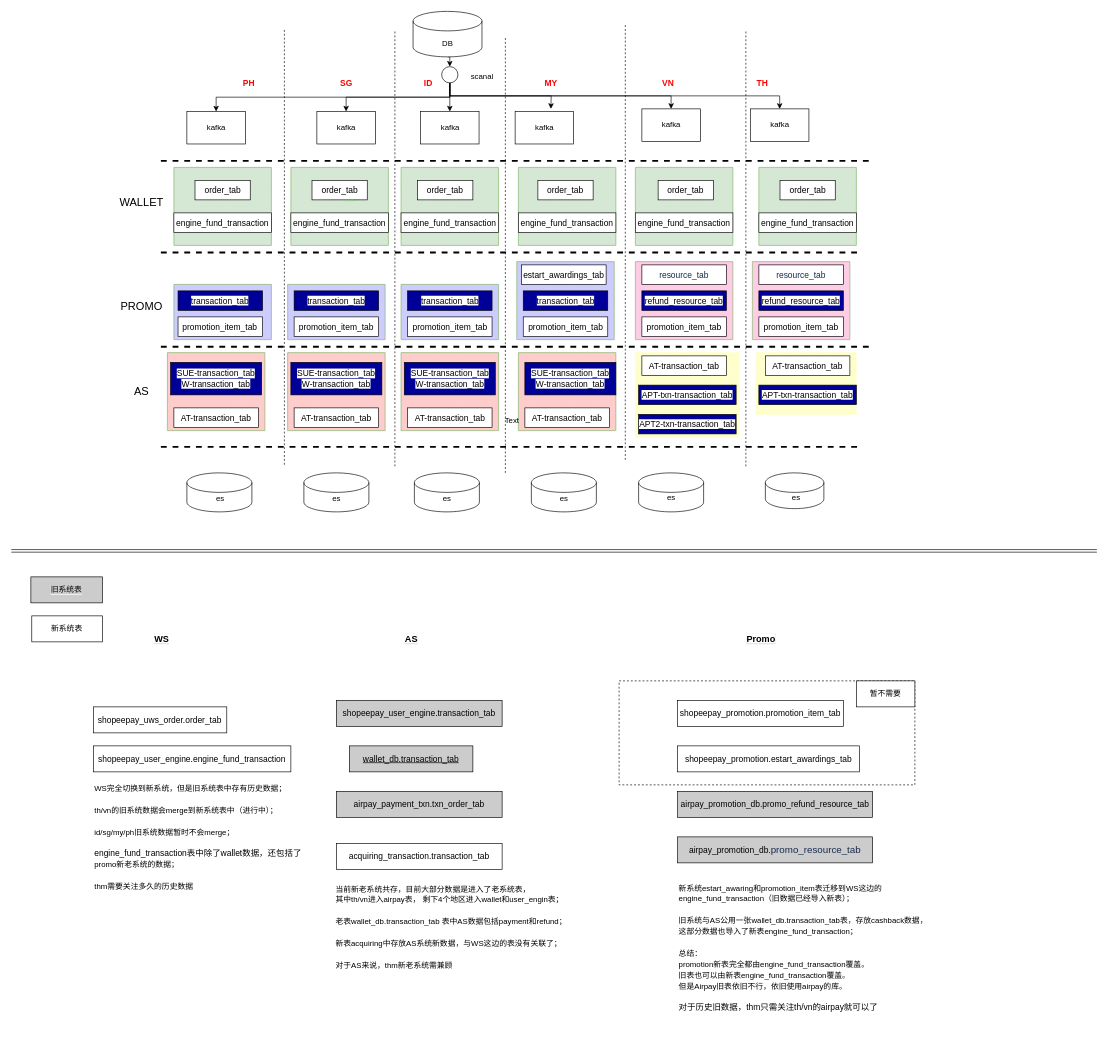
Earlier version of the draw.io diagram Untitled Diagram.drawio (LadyTao/learn). Source tidied: cells renumbered, new cells numbered last; positions are measured from the earlier drawing's top-left corner, leaving out a move shared by most shapes. Both pictures are drawn from the tidied source at 65%, with x=0, y=0 at pixel (11, 11).
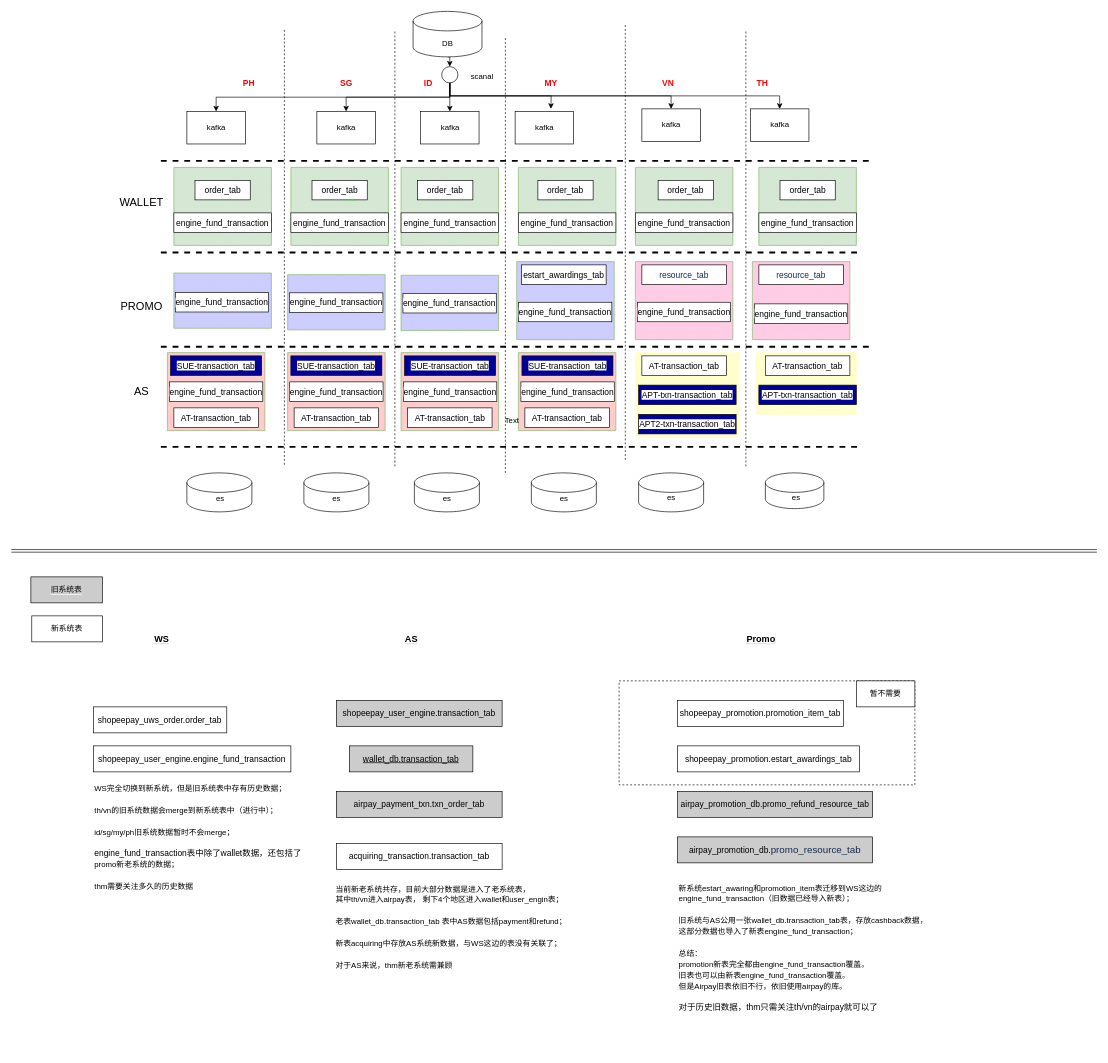
The same page after the edit.

Change to the diagram source:
```diff
@@
     <mxCell id="12" style="verticalLabelPosition=bottom;verticalAlign=top;html=1;shape=mxgraph.basic.patternFillRect;fillStyle=diag;step=5;fillStrokeWidth=0.2;fillStrokeColor=#dddddd;fontFamily=Helvetica;fontSize=17;fillColor=#CCCCFF;strokeColor=#82b366;" parent="1" vertex="1">
-      <mxGeometry x="599.5" y="420" width="150" height="85" as="geometry" />
+      <mxGeometry x="599.5" y="406" width="150" height="85" as="geometry" />
     </mxCell>
     <mxCell id="13" style="verticalLabelPosition=bottom;verticalAlign=top;html=1;shape=mxgraph.basic.patternFillRect;fillStyle=diag;step=5;fillStrokeWidth=0.2;fillStrokeColor=#dddddd;fontFamily=Helvetica;fontSize=17;fillColor=#CCCCFF;strokeColor=#82b366;" parent="1" vertex="1">
-      <mxGeometry x="425" y="420" width="150" height="85" as="geometry" />
+      <mxGeometry x="425" y="405" width="150" height="85" as="geometry" />
     </mxCell>
     <mxCell id="14" style="verticalLabelPosition=bottom;verticalAlign=top;html=1;shape=mxgraph.basic.patternFillRect;fillStyle=diag;step=5;fillStrokeWidth=0.2;fillStrokeColor=#dddddd;fontFamily=Helvetica;fontSize=17;fillColor=#CCCCFF;strokeColor=#82b366;" parent="1" vertex="1">
-      <mxGeometry x="250" y="420" width="150" height="85" as="geometry" />
+      <mxGeometry x="250" y="402.5" width="150" height="85" as="geometry" />
     </mxCell>
@@
-    <mxCell id="96" value="&lt;span style=&quot;font-family: Arial; font-size: 13px; text-align: left; background-color: rgb(255, 255, 255);&quot;&gt;refund_resource_tab&lt;/span&gt;" style="rounded=0;whiteSpace=wrap;html=1;fontFamily=Helvetica;fontSize=17;fontColor=#000000;fillColor=#000099;" parent="1" vertex="1">
-      <mxGeometry x="970" y="430" width="130" height="30" as="geometry" />
-    </mxCell>
@@
-    <mxCell id="98" value="&lt;span style=&quot;font-family: Arial; font-size: 13px; text-align: left; background-color: rgb(255, 255, 255);&quot;&gt;refund_resource_tab&lt;/span&gt;" style="rounded=0;whiteSpace=wrap;html=1;fontFamily=Helvetica;fontSize=17;fontColor=#000000;fillColor=#000099;" parent="1" vertex="1">
-      <mxGeometry x="1150" y="430" width="130" height="30" as="geometry" />
-    </mxCell>
-    <mxCell id="99" value="&lt;span style=&quot;font-family: Arial; font-size: 13px; text-align: left; background-color: rgb(255, 255, 255);&quot;&gt;transaction_tab&lt;/span&gt;" style="rounded=0;whiteSpace=wrap;html=1;fontFamily=Helvetica;fontSize=17;fontColor=#000000;fillColor=#000099;" parent="1" vertex="1">
-      <mxGeometry x="256.4" y="430" width="130" height="30" as="geometry" />
-    </mxCell>
-    <mxCell id="100" value="&lt;span style=&quot;font-family: Arial; font-size: 13px; text-align: left; background-color: rgb(255, 255, 255);&quot;&gt;transaction_tab&lt;/span&gt;" style="rounded=0;whiteSpace=wrap;html=1;fontFamily=Helvetica;fontSize=17;fontColor=#000000;fillColor=#000099;" parent="1" vertex="1">
-      <mxGeometry x="609.5" y="430" width="130" height="30" as="geometry" />
-    </mxCell>
-    <mxCell id="101" value="&lt;span style=&quot;font-family: Arial; font-size: 13px; text-align: left; background-color: rgb(255, 255, 255);&quot;&gt;transaction_tab&lt;/span&gt;" style="rounded=0;whiteSpace=wrap;html=1;fontFamily=Helvetica;fontSize=17;fontColor=#000000;fillColor=#000099;" parent="1" vertex="1">
-      <mxGeometry x="435" y="430" width="130" height="30" as="geometry" />
-    </mxCell>
-    <mxCell id="102" value="&lt;span style=&quot;font-family: Arial; font-size: 13px; text-align: left; background-color: rgb(255, 255, 255);&quot;&gt;transaction_tab&lt;/span&gt;" style="rounded=0;whiteSpace=wrap;html=1;fontFamily=Helvetica;fontSize=17;fontColor=#000000;fillColor=#000099;" parent="1" vertex="1">
-      <mxGeometry x="787.5" y="430" width="130" height="30" as="geometry" />
-    </mxCell>
-    <mxCell id="103" value="&lt;span style=&quot;font-family: Arial; font-size: 13px; text-align: left; background-color: rgb(255, 255, 255);&quot;&gt;promotion_item_tab&lt;/span&gt;" style="rounded=0;whiteSpace=wrap;html=1;fontFamily=Helvetica;fontSize=17;fontColor=#000000;" parent="1" vertex="1">
-      <mxGeometry x="787.5" y="470" width="130" height="30" as="geometry" />
-    </mxCell>
-    <mxCell id="104" value="&lt;span style=&quot;font-family: Arial; font-size: 13px; text-align: left; background-color: rgb(255, 255, 255);&quot;&gt;promotion_item_tab&lt;/span&gt;" style="rounded=0;whiteSpace=wrap;html=1;fontFamily=Helvetica;fontSize=17;fontColor=#000000;fillColor=#FFFFFF;" parent="1" vertex="1">
-      <mxGeometry x="970" y="470" width="130" height="30" as="geometry" />
-    </mxCell>
-    <mxCell id="105" value="&lt;span style=&quot;font-family: Arial; font-size: 13px; text-align: left; background-color: rgb(255, 255, 255);&quot;&gt;promotion_item_tab&lt;/span&gt;" style="rounded=0;whiteSpace=wrap;html=1;fontFamily=Helvetica;fontSize=17;fontColor=#000000;fillColor=#FFFFFF;" parent="1" vertex="1">
-      <mxGeometry x="1150" y="470" width="130" height="30" as="geometry" />
-    </mxCell>
-    <mxCell id="106" value="&lt;span style=&quot;font-family: Arial; font-size: 13px; text-align: left; background-color: rgb(255, 255, 255);&quot;&gt;promotion_item_tab&lt;/span&gt;" style="rounded=0;whiteSpace=wrap;html=1;fontFamily=Helvetica;fontSize=17;fontColor=#000000;" parent="1" vertex="1">
-      <mxGeometry x="609.5" y="470" width="130" height="30" as="geometry" />
-    </mxCell>
-    <mxCell id="107" value="&lt;span style=&quot;font-family: Arial; font-size: 13px; text-align: left; background-color: rgb(255, 255, 255);&quot;&gt;promotion_item_tab&lt;/span&gt;" style="rounded=0;whiteSpace=wrap;html=1;fontFamily=Helvetica;fontSize=17;fontColor=#000000;" parent="1" vertex="1">
-      <mxGeometry x="435" y="470" width="130" height="30" as="geometry" />
-    </mxCell>
-    <mxCell id="108" value="&lt;span style=&quot;font-family: Arial; font-size: 13px; text-align: left; background-color: rgb(255, 255, 255);&quot;&gt;promotion_item_tab&lt;/span&gt;" style="rounded=0;whiteSpace=wrap;html=1;fontFamily=Helvetica;fontSize=17;fontColor=#000000;" parent="1" vertex="1">
-      <mxGeometry x="256.4" y="470" width="130" height="30" as="geometry" />
+    <mxCell id="108" value="&lt;span style=&quot;font-family: Arial; font-size: 13px; text-align: left; background-color: rgb(255, 255, 255);&quot;&gt;engine_fund_transaction&lt;/span&gt;" style="rounded=0;whiteSpace=wrap;html=1;fontFamily=Helvetica;fontSize=17;fontColor=#000000;" parent="1" vertex="1">
+      <mxGeometry x="252.2" y="432.5" width="143.6" height="30" as="geometry" />
     </mxCell>
@@
-    <mxCell id="124" value="&lt;span style=&quot;font-family: Arial; font-size: 13px; text-align: left; background-color: rgb(255, 255, 255);&quot;&gt;SUE-transaction_tab&lt;br&gt;&lt;/span&gt;&lt;span style=&quot;font-family: Arial; font-size: 13px; text-align: left; background-color: rgb(255, 255, 255);&quot;&gt;W-transaction_tab&lt;/span&gt;" style="rounded=0;whiteSpace=wrap;html=1;fillColor=#000099;" parent="1" vertex="1">
-      <mxGeometry x="245" y="540" width="140" height="50" as="geometry" />
-    </mxCell>
@@
-    <mxCell id="126" value="&lt;span style=&quot;font-family: Arial; font-size: 13px; text-align: left; background-color: rgb(255, 255, 255);&quot;&gt;SUE-transaction_tab&lt;br&gt;&lt;/span&gt;&lt;span style=&quot;font-family: Arial; font-size: 13px; text-align: left; background-color: rgb(255, 255, 255);&quot;&gt;W-transaction_tab&lt;/span&gt;" style="rounded=0;whiteSpace=wrap;html=1;fillColor=#000099;" parent="1" vertex="1">
-      <mxGeometry x="430" y="540" width="140" height="50" as="geometry" />
-    </mxCell>
-    <mxCell id="127" value="&lt;span style=&quot;font-family: Arial; font-size: 13px; text-align: left; background-color: rgb(255, 255, 255);&quot;&gt;SUE-transaction_tab&lt;br&gt;&lt;/span&gt;&lt;span style=&quot;font-family: Arial; font-size: 13px; text-align: left; background-color: rgb(255, 255, 255);&quot;&gt;W-transaction_tab&lt;/span&gt;" style="rounded=0;whiteSpace=wrap;html=1;fillColor=#000099;" parent="1" vertex="1">
-      <mxGeometry x="604.5" y="540" width="140" height="50" as="geometry" />
-    </mxCell>
-    <mxCell id="128" value="&lt;span style=&quot;font-family: Arial; font-size: 13px; text-align: left; background-color: rgb(255, 255, 255);&quot;&gt;SUE-transaction_tab&lt;br&gt;&lt;/span&gt;&lt;span style=&quot;font-family: Arial; font-size: 13px; text-align: left; background-color: rgb(255, 255, 255);&quot;&gt;W-transaction_tab&lt;/span&gt;" style="rounded=0;whiteSpace=wrap;html=1;fillColor=#000099;" parent="1" vertex="1">
-      <mxGeometry x="790" y="540" width="140" height="50" as="geometry" />
+    <mxCell id="128" value="&lt;span style=&quot;font-family: Arial; font-size: 13px; text-align: left; background-color: rgb(255, 255, 255);&quot;&gt;SUE-transaction_tab&lt;br&gt;&lt;/span&gt;" style="rounded=0;whiteSpace=wrap;html=1;fillColor=#000099;" parent="1" vertex="1">
+      <mxGeometry x="785.5" y="530" width="140" height="30" as="geometry" />
     </mxCell>
@@
+    <mxCell id="149" value="&lt;span style=&quot;font-family: Arial; font-size: 13px; text-align: left; background-color: rgb(255, 255, 255);&quot;&gt;engine_fund_transaction&lt;/span&gt;" style="rounded=0;whiteSpace=wrap;html=1;fontFamily=Helvetica;fontSize=17;fontColor=#000000;" parent="1" vertex="1">
+      <mxGeometry x="428" y="433" width="143.6" height="30" as="geometry" />
+    </mxCell>
+    <mxCell id="150" value="&lt;span style=&quot;font-family: Arial; font-size: 13px; text-align: left; background-color: rgb(255, 255, 255);&quot;&gt;engine_fund_transaction&lt;/span&gt;" style="rounded=0;whiteSpace=wrap;html=1;fontFamily=Helvetica;fontSize=17;fontColor=#000000;" parent="1" vertex="1">
+      <mxGeometry x="602.4" y="434" width="143.6" height="30" as="geometry" />
+    </mxCell>
+    <mxCell id="151" value="&lt;span style=&quot;font-family: Arial; font-size: 13px; text-align: left; background-color: rgb(255, 255, 255);&quot;&gt;engine_fund_transaction&lt;/span&gt;" style="rounded=0;whiteSpace=wrap;html=1;fontFamily=Helvetica;fontSize=17;fontColor=#000000;" parent="1" vertex="1">
+      <mxGeometry x="780.2" y="447.5" width="143.6" height="30" as="geometry" />
+    </mxCell>
+    <mxCell id="152" value="&lt;span style=&quot;font-family: Arial; font-size: 13px; text-align: left; background-color: rgb(255, 255, 255);&quot;&gt;engine_fund_transaction&lt;/span&gt;" style="rounded=0;whiteSpace=wrap;html=1;fontFamily=Helvetica;fontSize=17;fontColor=#000000;" parent="1" vertex="1">
+      <mxGeometry x="963" y="447.5" width="143.6" height="30" as="geometry" />
+    </mxCell>
+    <mxCell id="153" value="&lt;span style=&quot;font-family: Arial; font-size: 13px; text-align: left; background-color: rgb(255, 255, 255);&quot;&gt;engine_fund_transaction&lt;/span&gt;" style="rounded=0;whiteSpace=wrap;html=1;fontFamily=Helvetica;fontSize=17;fontColor=#000000;" parent="1" vertex="1">
+      <mxGeometry x="1143.2" y="450" width="143.6" height="30" as="geometry" />
+    </mxCell>
+    <mxCell id="154" value="&lt;span style=&quot;font-family: Arial; font-size: 13px; text-align: left; background-color: rgb(255, 255, 255);&quot;&gt;SUE-transaction_tab&lt;br&gt;&lt;/span&gt;" style="rounded=0;whiteSpace=wrap;html=1;fillColor=#000099;" parent="1" vertex="1">
+      <mxGeometry x="245" y="530" width="140" height="30" as="geometry" />
+    </mxCell>
+    <mxCell id="155" value="&lt;span style=&quot;font-family: Arial; font-size: 13px; text-align: left; background-color: rgb(255, 255, 255);&quot;&gt;SUE-transaction_tab&lt;br&gt;&lt;/span&gt;" style="rounded=0;whiteSpace=wrap;html=1;fillColor=#000099;" parent="1" vertex="1">
+      <mxGeometry x="430" y="530" width="140" height="30" as="geometry" />
+    </mxCell>
+    <mxCell id="156" value="&lt;span style=&quot;font-family: Arial; font-size: 13px; text-align: left; background-color: rgb(255, 255, 255);&quot;&gt;SUE-transaction_tab&lt;br&gt;&lt;/span&gt;" style="rounded=0;whiteSpace=wrap;html=1;fillColor=#000099;" parent="1" vertex="1">
+      <mxGeometry x="605" y="530" width="140" height="30" as="geometry" />
+    </mxCell>
+    <mxCell id="157" value="&lt;span style=&quot;font-family: Arial; font-size: 13px; text-align: left; background-color: rgb(255, 255, 255);&quot;&gt;engine_fund_transaction&lt;/span&gt;" style="rounded=0;whiteSpace=wrap;html=1;fontFamily=Helvetica;fontSize=17;fontColor=#000000;" parent="1" vertex="1">
+      <mxGeometry x="243.2" y="570" width="143.6" height="30" as="geometry" />
+    </mxCell>
+    <mxCell id="158" value="&lt;span style=&quot;font-family: Arial; font-size: 13px; text-align: left; background-color: rgb(255, 255, 255);&quot;&gt;engine_fund_transaction&lt;/span&gt;" style="rounded=0;whiteSpace=wrap;html=1;fontFamily=Helvetica;fontSize=17;fontColor=#000000;" parent="1" vertex="1">
+      <mxGeometry x="428.2" y="570" width="143.6" height="30" as="geometry" />
+    </mxCell>
+    <mxCell id="159" value="&lt;span style=&quot;font-family: Arial; font-size: 13px; text-align: left; background-color: rgb(255, 255, 255);&quot;&gt;engine_fund_transaction&lt;/span&gt;" style="rounded=0;whiteSpace=wrap;html=1;fontFamily=Helvetica;fontSize=17;fontColor=#000000;" parent="1" vertex="1">
+      <mxGeometry x="603.2" y="570" width="143.6" height="30" as="geometry" />
+    </mxCell>
+    <mxCell id="160" value="&lt;span style=&quot;font-family: Arial; font-size: 13px; text-align: left; background-color: rgb(255, 255, 255);&quot;&gt;engine_fund_transaction&lt;/span&gt;" style="rounded=0;whiteSpace=wrap;html=1;fontFamily=Helvetica;fontSize=17;fontColor=#000000;" parent="1" vertex="1">
+      <mxGeometry x="783.9" y="570" width="143.6" height="30" as="geometry" />
+    </mxCell>
```
